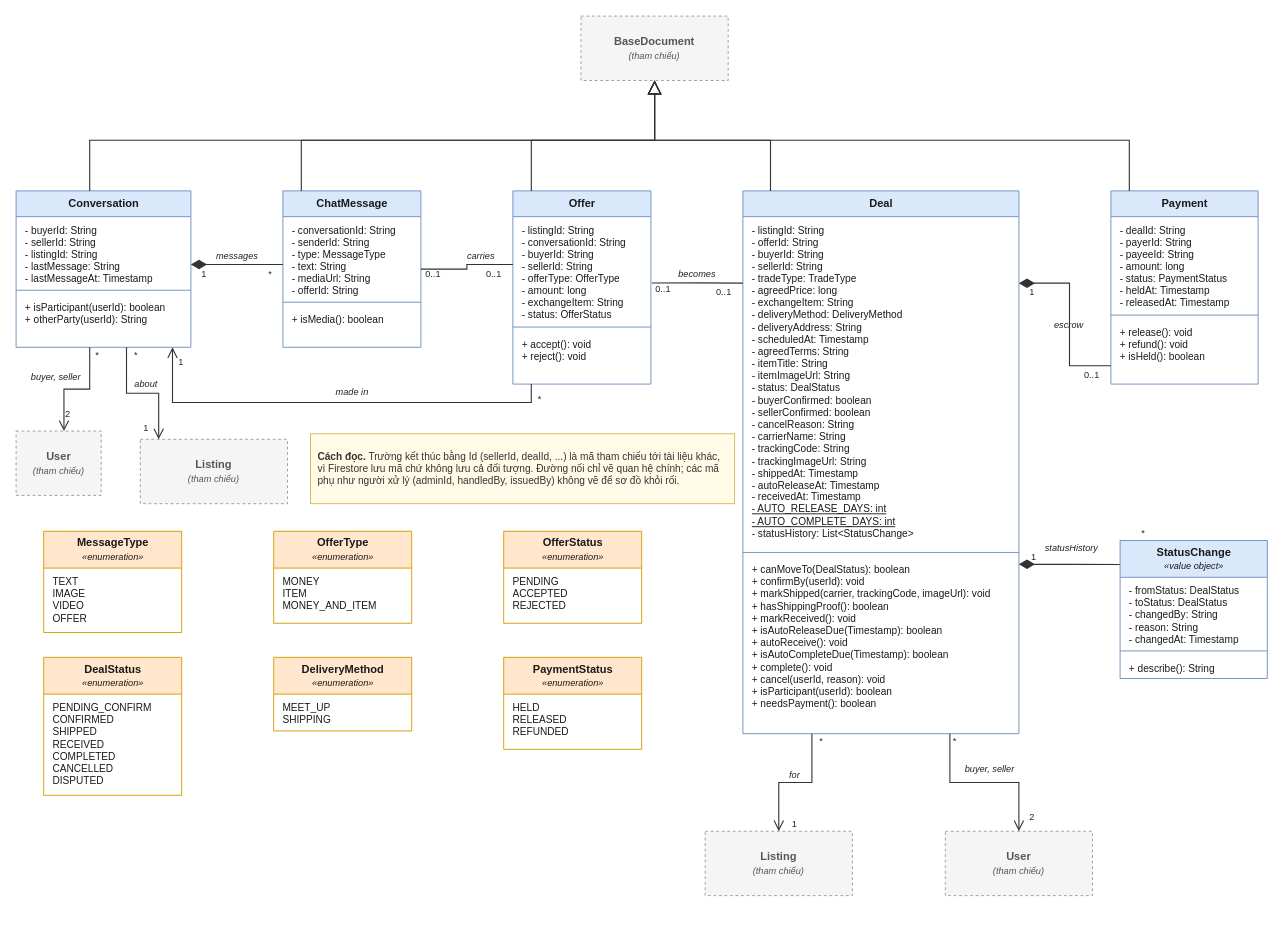
tahpnart8/NHOM3-MobileApp keeps this draw.io diagram as page "3. Trao đổi, giao dịch" (4 of 8) of workflow/docs/diagrams/so-do-lop/class-diagram.drawio. Above is the earlier version. Source tidied: cells renumbered, new cells numbered last; positions are measured from the earlier drawing's top-left corner, leaving out a move shared by most shapes. Both pictures are drawn from the tidied source at 92%, with x=0, y=0 at pixel (16, 16).
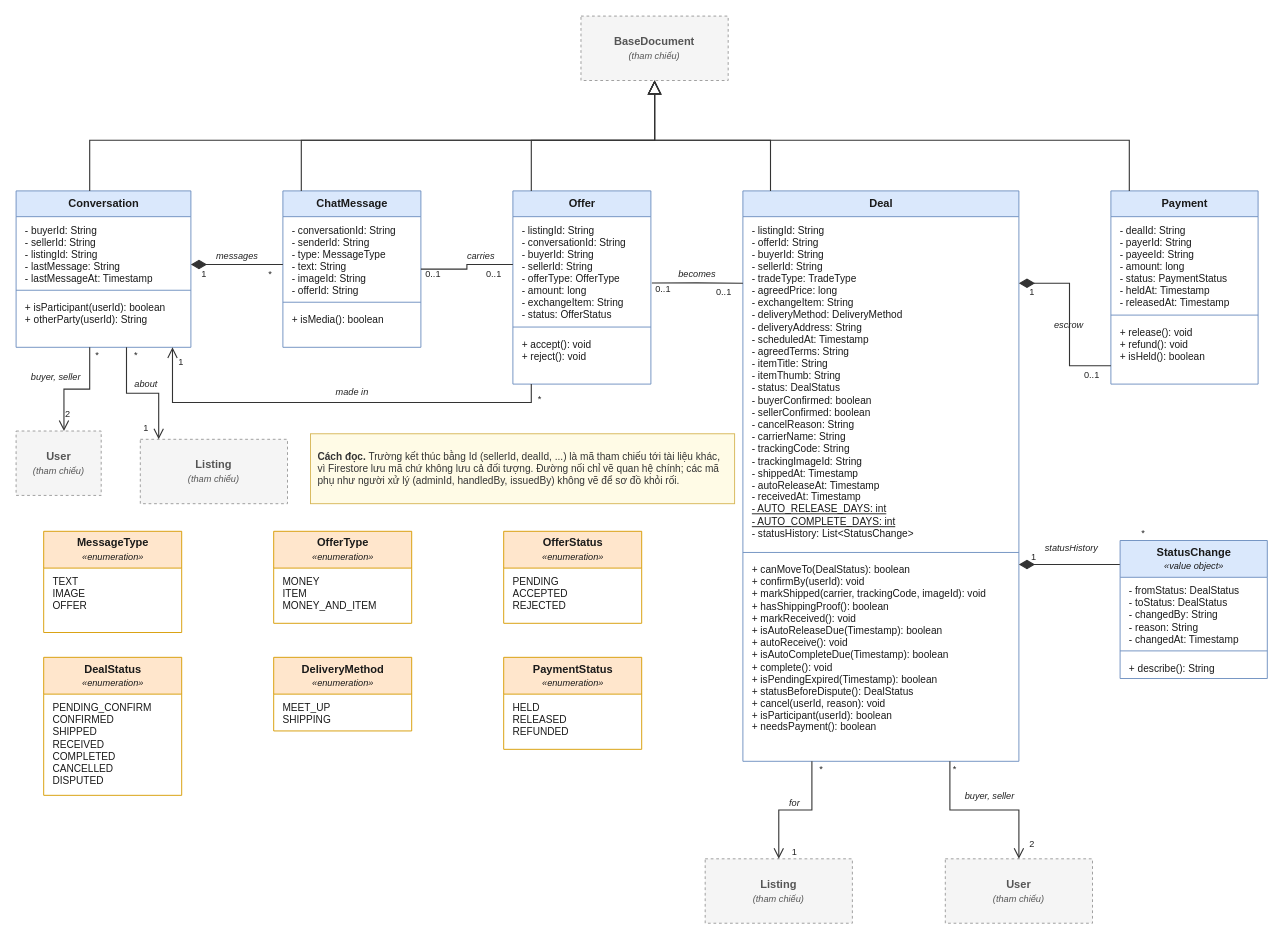
The same page after the edit.

Unchanged cells that the change refers to:
```xml
<mxCell id="3" value="&lt;b&gt;Conversation&lt;/b&gt;" style="swimlane;fontStyle=0;horizontal=1;startSize=28;fillColor=#DAE8FC;strokeColor=#6C8EBF;swimlaneFillColor=#FFFFFF;html=1;whiteSpace=nowrap;fontSize=12;fontFamily=Helvetica;fontColor=#1A1A1A;" parent="1" vertex="1">
  <mxGeometry y="190" width="190" height="170" as="geometry" />
</mxCell>
<mxCell id="7" value="&lt;b&gt;ChatMessage&lt;/b&gt;" style="swimlane;fontStyle=0;horizontal=1;startSize=28;fillColor=#DAE8FC;strokeColor=#6C8EBF;swimlaneFillColor=#FFFFFF;html=1;whiteSpace=nowrap;fontSize=12;fontFamily=Helvetica;fontColor=#1A1A1A;" parent="1" vertex="1">
  <mxGeometry x="290" y="190" width="150" height="170" as="geometry" />
</mxCell>
<mxCell id="12" value="- listingId: String&lt;br&gt;- conversationId: String&lt;br&gt;- buyerId: String&lt;br&gt;- sellerId: String&lt;br&gt;- offerType: OfferType&lt;br&gt;- amount: long&lt;br&gt;- exchangeItem: String&lt;br&gt;- status: OfferStatus" style="text;strokeColor=none;fillColor=none;align=left;verticalAlign=top;spacingLeft=8;spacingRight=4;spacingTop=2;overflow=hidden;html=1;whiteSpace=nowrap;fontSize=11;fontFamily=Helvetica;fontColor=#1A1A1A;" parent="11" vertex="1">
  <mxGeometry y="28" width="150" height="116" as="geometry" />
</mxCell>
<mxCell id="16" value="&lt;b&gt;Payment&lt;/b&gt;" style="swimlane;fontStyle=0;horizontal=1;startSize=28;fillColor=#DAE8FC;strokeColor=#6C8EBF;swimlaneFillColor=#FFFFFF;html=1;whiteSpace=nowrap;fontSize=12;fontFamily=Helvetica;fontColor=#1A1A1A;" parent="1" vertex="1">
  <mxGeometry x="1190" y="190" width="160" height="210" as="geometry" />
</mxCell>
<mxCell id="24" value="&lt;b&gt;StatusChange&lt;/b&gt;&lt;br&gt;&lt;i style=&quot;font-size:10px&quot;&gt;«value object»&lt;/i&gt;" style="swimlane;fontStyle=0;horizontal=1;startSize=40;fillColor=#DAE8FC;strokeColor=#6C8EBF;swimlaneFillColor=#FFFFFF;html=1;whiteSpace=nowrap;fontSize=12;fontFamily=Helvetica;fontColor=#1A1A1A;" parent="1" vertex="1">
  <mxGeometry x="1200" y="570" width="160" height="150" as="geometry" />
</mxCell>
<mxCell id="28" value="&lt;b&gt;MessageType&lt;/b&gt;&lt;br&gt;&lt;i style=&quot;font-size:10px&quot;&gt;«enumeration»&lt;/i&gt;" style="swimlane;fontStyle=0;horizontal=1;startSize=40;fillColor=#FFE6CC;strokeColor=#D79B00;swimlaneFillColor=#FFFFFF;html=1;whiteSpace=nowrap;fontSize=12;fontFamily=Helvetica;fontColor=#1A1A1A;" parent="1" vertex="1">
  <mxGeometry x="30" y="560" width="150" height="110" as="geometry" />
</mxCell>
<mxCell id="34" value="&lt;b&gt;DealStatus&lt;/b&gt;&lt;br&gt;&lt;i style=&quot;font-size:10px&quot;&gt;«enumeration»&lt;/i&gt;" style="swimlane;fontStyle=0;horizontal=1;startSize=40;fillColor=#FFE6CC;strokeColor=#D79B00;swimlaneFillColor=#FFFFFF;html=1;whiteSpace=nowrap;fontSize=12;fontFamily=Helvetica;fontColor=#1A1A1A;" parent="1" vertex="1">
  <mxGeometry x="30" y="697" width="150" height="150" as="geometry" />
</mxCell>
```

Change to the diagram source:
```diff
@@
-    <mxCell id="8" value="- conversationId: String&lt;br&gt;- senderId: String&lt;br&gt;- type: MessageType&lt;br&gt;- text: String&lt;br&gt;- mediaUrl: String&lt;br&gt;- offerId: String" style="text;strokeColor=none;fillColor=none;align=left;verticalAlign=top;spacingLeft=8;spacingRight=4;spacingTop=2;overflow=hidden;html=1;whiteSpace=nowrap;fontSize=11;fontFamily=Helvetica;fontColor=#1A1A1A;" parent="7" vertex="1">
-      <mxGeometry y="28" width="150" height="89" as="geometry" />
-    </mxCell>
-    <mxCell id="9" style="line;strokeWidth=1;fillColor=none;align=left;verticalAlign=middle;html=1;strokeColor=#6C8EBF;" parent="7" vertex="1">
-      <mxGeometry y="117" width="150" height="8" as="geometry" />
-    </mxCell>
-    <mxCell id="10" value="+ isMedia(): boolean" style="text;strokeColor=none;fillColor=none;align=left;verticalAlign=top;spacingLeft=8;spacingRight=4;spacingTop=2;overflow=hidden;html=1;whiteSpace=nowrap;fontSize=11;fontFamily=Helvetica;fontColor=#1A1A1A;" parent="7" vertex="1">
-      <mxGeometry y="125" width="150" height="21" as="geometry" />
-    </mxCell>
@@
     <mxCell id="15" value="&lt;b&gt;Deal&lt;/b&gt;" style="swimlane;fontStyle=0;horizontal=1;startSize=28;fillColor=#DAE8FC;strokeColor=#6C8EBF;swimlaneFillColor=#FFFFFF;html=1;whiteSpace=nowrap;fontSize=12;fontFamily=Helvetica;fontColor=#1A1A1A;" parent="1" vertex="1">
-      <mxGeometry x="790" y="190" width="300" height="590" as="geometry" />
+      <mxGeometry x="790" y="190" width="300" height="620" as="geometry" />
     </mxCell>
@@
     <mxCell id="22" value="&lt;b&gt;Listing&lt;/b&gt;&lt;br&gt;&lt;i style=&quot;font-size:10px&quot;&gt;(tham chiếu)&lt;/i&gt;" style="rounded=0;whiteSpace=wrap;html=1;fillColor=#F5F5F5;strokeColor=#999999;dashed=1;fontColor=#555555;fontSize=12;fontFamily=Helvetica;" parent="1" vertex="1">
-      <mxGeometry x="749" y="886" width="160" height="70" as="geometry" />
+      <mxGeometry x="749" y="916" width="160" height="70" as="geometry" />
     </mxCell>
     <mxCell id="23" value="&lt;b&gt;User&lt;/b&gt;&lt;br&gt;&lt;i style=&quot;font-size:10px&quot;&gt;(tham chiếu)&lt;/i&gt;" style="rounded=0;whiteSpace=wrap;html=1;fillColor=#F5F5F5;strokeColor=#999999;dashed=1;fontColor=#555555;fontSize=12;fontFamily=Helvetica;" parent="1" vertex="1">
-      <mxGeometry x="1010" y="886" width="160" height="70" as="geometry" />
+      <mxGeometry x="1010" y="916" width="160" height="70" as="geometry" />
     </mxCell>
@@
-    <mxCell id="29" value="TEXT&lt;br&gt;IMAGE&lt;br&gt;VIDEO&lt;br&gt;OFFER" style="text;strokeColor=none;fillColor=none;align=left;verticalAlign=top;spacingLeft=8;spacingRight=4;spacingTop=2;overflow=hidden;html=1;whiteSpace=nowrap;fontSize=11;fontFamily=Helvetica;fontColor=#1A1A1A;" parent="28" vertex="1">
-      <mxGeometry y="40" width="150" height="62" as="geometry" />
-    </mxCell>
@@
-    <mxCell id="45" style="html=1;rounded=0;edgeStyle=orthogonalEdgeStyle;jettySize=auto;exitX=1.0;exitY=0.4706;exitDx=0;exitDy=0;entryX=0.0;entryY=0.4706;entryDx=0;entryDy=0;strokeColor=#333333;strokeWidth=1.2;startArrow=diamondThin;startFill=1;startSize=14;endArrow=none;" parent="1" edge="1" source="3" target="7">
+    <mxCell id="45" style="html=1;rounded=0;edgeStyle=orthogonalEdgeStyle;jettySize=auto;exitX=1.0;exitY=0.4706;exitDx=0;exitDy=0;entryX=0.0;entryY=0.471;entryDx=0;entryDy=0;strokeColor=#333333;strokeWidth=1.2;startArrow=diamondThin;startFill=1;startSize=14;endArrow=none;" parent="1" edge="1" source="3" target="7">
       <mxGeometry relative="1" as="geometry" />
     </mxCell>
@@
-    <mxCell id="50" style="html=1;rounded=0;edgeStyle=orthogonalEdgeStyle;jettySize=auto;exitX=1.007;exitY=0.621;exitDx=0;exitDy=0;entryX=0.0;entryY=0.170;entryDx=0;entryDy=0;strokeColor=#333333;strokeWidth=1.2;endArrow=none;startArrow=none;exitPerimeter=0;" parent="1" edge="1" source="12" target="15">
+    <mxCell id="50" style="html=1;rounded=0;edgeStyle=orthogonalEdgeStyle;jettySize=auto;exitX=1.007;exitY=0.621;exitDx=0;exitDy=0;entryX=0.0;entryY=0.162;entryDx=0;entryDy=0;strokeColor=#333333;strokeWidth=1.2;endArrow=none;startArrow=none;exitPerimeter=0;" parent="1" edge="1" source="12" target="15">
       <mxGeometry relative="1" as="geometry" />
     </mxCell>
@@
-    <mxCell id="53" style="html=1;rounded=0;edgeStyle=orthogonalEdgeStyle;jettySize=auto;exitDx=0;exitDy=0;entryX=-0.002;entryY=0.174;entryDx=0;entryDy=0;strokeColor=#333333;strokeWidth=1.2;startArrow=diamondThin;startFill=1;startSize=14;endArrow=none;entryPerimeter=0;exitX=1.000;exitY=0.688;" parent="1" edge="1" source="15" target="24">
+    <mxCell id="53" style="html=1;rounded=0;edgeStyle=orthogonalEdgeStyle;jettySize=auto;exitDx=0;exitDy=0;entryX=-0.002;entryY=0.174;entryDx=0;entryDy=0;strokeColor=#333333;strokeWidth=1.2;startArrow=diamondThin;startFill=1;startSize=14;endArrow=none;entryPerimeter=0;exitX=1.000;exitY=0.655;" parent="1" edge="1" source="15" target="24">
       <mxGeometry relative="1" as="geometry" />
     </mxCell>
-    <mxCell id="54" style="html=1;rounded=0;edgeStyle=orthogonalEdgeStyle;jettySize=auto;exitX=1.0;exitY=0.170;exitDx=0;exitDy=0;entryX=0.0;entryY=0.9048;entryDx=0;entryDy=0;strokeColor=#333333;strokeWidth=1.2;startArrow=diamondThin;startFill=1;startSize=14;endArrow=none;" parent="1" edge="1" source="15" target="16">
+    <mxCell id="54" style="html=1;rounded=0;edgeStyle=orthogonalEdgeStyle;jettySize=auto;exitX=1.0;exitY=0.162;exitDx=0;exitDy=0;entryX=0.0;entryY=0.9048;entryDx=0;entryDy=0;strokeColor=#333333;strokeWidth=1.2;startArrow=diamondThin;startFill=1;startSize=14;endArrow=none;" parent="1" edge="1" source="15" target="16">
       <mxGeometry relative="1" as="geometry" />
     </mxCell>
@@
     <mxCell id="73" value="*" style="text;html=1;strokeColor=none;fillColor=none;align=center;verticalAlign=middle;whiteSpace=nowrap;fontSize=10;fontFamily=Helvetica;fontColor=#222222;" parent="1" vertex="1">
-      <mxGeometry x="870" y="780" width="10" height="16" as="geometry" />
+      <mxGeometry x="870" y="810" width="10" height="16" as="geometry" />
     </mxCell>
     <mxCell id="74" value="1" style="text;html=1;strokeColor=none;fillColor=none;align=center;verticalAlign=middle;whiteSpace=nowrap;fontSize=10;fontFamily=Helvetica;fontColor=#222222;" parent="1" vertex="1">
-      <mxGeometry x="840" y="870" width="12" height="16" as="geometry" />
+      <mxGeometry x="840" y="900" width="12" height="16" as="geometry" />
     </mxCell>
     <mxCell id="75" value="for" style="text;html=1;strokeColor=none;fillColor=none;align=center;verticalAlign=middle;whiteSpace=nowrap;fontSize=10;fontFamily=Helvetica;fontColor=#222222;fontStyle=2;" parent="1" vertex="1">
-      <mxGeometry x="837" y="817" width="18" height="16" as="geometry" />
+      <mxGeometry x="837" y="847" width="18" height="16" as="geometry" />
     </mxCell>
     <mxCell id="76" value="*" style="text;html=1;strokeColor=none;fillColor=none;align=center;verticalAlign=middle;whiteSpace=nowrap;fontSize=10;fontFamily=Helvetica;fontColor=#222222;" parent="1" vertex="1">
-      <mxGeometry x="1015" y="780" width="10" height="16" as="geometry" />
+      <mxGeometry x="1015" y="810" width="10" height="16" as="geometry" />
     </mxCell>
     <mxCell id="77" value="2" style="text;html=1;strokeColor=none;fillColor=none;align=center;verticalAlign=middle;whiteSpace=nowrap;fontSize=10;fontFamily=Helvetica;fontColor=#222222;" parent="1" vertex="1">
-      <mxGeometry x="1098" y="862" width="12" height="16" as="geometry" />
+      <mxGeometry x="1098" y="892" width="12" height="16" as="geometry" />
     </mxCell>
     <mxCell id="78" value="buyer, seller" style="text;html=1;strokeColor=none;fillColor=none;align=center;verticalAlign=middle;whiteSpace=nowrap;fontSize=10;fontFamily=Helvetica;fontColor=#222222;fontStyle=2;" parent="1" vertex="1">
-      <mxGeometry x="1025" y="810" width="65" height="16" as="geometry" />
+      <mxGeometry x="1025" y="840" width="65" height="16" as="geometry" />
     </mxCell>
@@
+    <mxCell id="88" value="PENDING_CONFIRM&lt;br&gt;CONFIRMED&lt;br&gt;SHIPPED&lt;br&gt;RECEIVED&lt;br&gt;COMPLETED&lt;br&gt;CANCELLED&lt;br&gt;DISPUTED" style="text;strokeColor=none;fillColor=none;align=left;verticalAlign=top;spacingLeft=8;spacingRight=4;spacingTop=2;overflow=hidden;html=1;whiteSpace=nowrap;fontSize=11;fontFamily=Helvetica;fontColor=#1A1A1A;" parent="34" vertex="1">
+      <mxGeometry y="40" width="150" height="103" as="geometry" />
+    </mxCell>
+    <mxCell id="89" value="- conversationId: String&lt;br&gt;- senderId: String&lt;br&gt;- type: MessageType&lt;br&gt;- text: String&lt;br&gt;- imageId: String&lt;br&gt;- offerId: String" style="text;strokeColor=none;fillColor=none;align=left;verticalAlign=top;spacingLeft=8;spacingRight=4;spacingTop=2;overflow=hidden;html=1;whiteSpace=nowrap;fontSize=11;fontFamily=Helvetica;fontColor=#1A1A1A;" parent="7" vertex="1">
+      <mxGeometry y="28" width="150" height="89" as="geometry" />
+    </mxCell>
+    <mxCell id="9" style="line;strokeWidth=1;fillColor=none;align=left;verticalAlign=middle;html=1;strokeColor=#6C8EBF;" parent="7" vertex="1">
+      <mxGeometry y="117" width="150" height="8" as="geometry" />
+    </mxCell>
+    <mxCell id="10" value="+ isMedia(): boolean" style="text;strokeColor=none;fillColor=none;align=left;verticalAlign=top;spacingLeft=8;spacingRight=4;spacingTop=2;overflow=hidden;html=1;whiteSpace=nowrap;fontSize=11;fontFamily=Helvetica;fontColor=#1A1A1A;" parent="7" vertex="1">
+      <mxGeometry y="125" width="150" height="21" as="geometry" />
+    </mxCell>
+    <mxCell id="90" value="TEXT&lt;br&gt;IMAGE&lt;br&gt;OFFER" style="text;strokeColor=none;fillColor=none;align=left;verticalAlign=top;spacingLeft=8;spacingRight=4;spacingTop=2;overflow=hidden;html=1;whiteSpace=nowrap;fontSize=11;fontFamily=Helvetica;fontColor=#1A1A1A;" parent="28" vertex="1">
+      <mxGeometry y="40" width="150" height="48" as="geometry" />
+    </mxCell>
-    <mxCell id="85" value="- listingId: String&lt;br&gt;- offerId: String&lt;br&gt;- buyerId: String&lt;br&gt;- sellerId: String&lt;br&gt;- tradeType: TradeType&lt;br&gt;- agreedPrice: long&lt;br&gt;- exchangeItem: String&lt;br&gt;- deliveryMethod: DeliveryMethod&lt;br&gt;- deliveryAddress: String&lt;br&gt;- scheduledAt: Timestamp&lt;br&gt;- agreedTerms: String&lt;br&gt;- itemTitle: String&lt;br&gt;- itemImageUrl: String&lt;br&gt;- status: DealStatus&lt;br&gt;- buyerConfirmed: boolean&lt;br&gt;- sellerConfirmed: boolean&lt;br&gt;- cancelReason: String&lt;br&gt;- carrierName: String&lt;br&gt;- trackingCode: String&lt;br&gt;- trackingImageUrl: String&lt;br&gt;- shippedAt: Timestamp&lt;br&gt;- autoReleaseAt: Timestamp&lt;br&gt;- receivedAt: Timestamp&lt;br&gt;&lt;u&gt;- AUTO_RELEASE_DAYS: int&lt;/u&gt;&lt;br&gt;&lt;u&gt;- AUTO_COMPLETE_DAYS: int&lt;/u&gt;&lt;br&gt;- statusHistory: List&amp;lt;StatusChange&amp;gt;" style="text;strokeColor=none;fillColor=none;align=left;verticalAlign=top;spacingLeft=8;spacingRight=4;spacingTop=2;overflow=hidden;html=1;whiteSpace=nowrap;fontSize=11;fontFamily=Helvetica;fontColor=#1A1A1A;" parent="15" vertex="1">
+    <mxCell id="85" value="- listingId: String&lt;br&gt;- offerId: String&lt;br&gt;- buyerId: String&lt;br&gt;- sellerId: String&lt;br&gt;- tradeType: TradeType&lt;br&gt;- agreedPrice: long&lt;br&gt;- exchangeItem: String&lt;br&gt;- deliveryMethod: DeliveryMethod&lt;br&gt;- deliveryAddress: String&lt;br&gt;- scheduledAt: Timestamp&lt;br&gt;- agreedTerms: String&lt;br&gt;- itemTitle: String&lt;br&gt;- itemThumb: String&lt;br&gt;- status: DealStatus&lt;br&gt;- buyerConfirmed: boolean&lt;br&gt;- sellerConfirmed: boolean&lt;br&gt;- cancelReason: String&lt;br&gt;- carrierName: String&lt;br&gt;- trackingCode: String&lt;br&gt;- trackingImageId: String&lt;br&gt;- shippedAt: Timestamp&lt;br&gt;- autoReleaseAt: Timestamp&lt;br&gt;- receivedAt: Timestamp&lt;br&gt;&lt;u&gt;- AUTO_RELEASE_DAYS: int&lt;/u&gt;&lt;br&gt;&lt;u&gt;- AUTO_COMPLETE_DAYS: int&lt;/u&gt;&lt;br&gt;- statusHistory: List&amp;lt;StatusChange&amp;gt;" style="text;strokeColor=none;fillColor=none;align=left;verticalAlign=top;spacingLeft=8;spacingRight=4;spacingTop=2;overflow=hidden;html=1;whiteSpace=nowrap;fontSize=11;fontFamily=Helvetica;fontColor=#1A1A1A;" parent="15" vertex="1">
       <mxGeometry y="28" width="300" height="361" as="geometry" />
     </mxCell>
@@
-    <mxCell id="87" value="+ canMoveTo(DealStatus): boolean&lt;br&gt;+ confirmBy(userId): void&lt;br&gt;+ markShipped(carrier, trackingCode, imageUrl): void&lt;br&gt;+ hasShippingProof(): boolean&lt;br&gt;+ markReceived(): void&lt;br&gt;+ isAutoReleaseDue(Timestamp): boolean&lt;br&gt;+ autoReceive(): void&lt;br&gt;+ isAutoCompleteDue(Timestamp): boolean&lt;br&gt;+ complete(): void&lt;br&gt;+ cancel(userId, reason): void&lt;br&gt;+ isParticipant(userId): boolean&lt;br&gt;+ needsPayment(): boolean" style="text;strokeColor=none;fillColor=none;align=left;verticalAlign=top;spacingLeft=8;spacingRight=4;spacingTop=2;overflow=hidden;html=1;whiteSpace=nowrap;fontSize=11;fontFamily=Helvetica;fontColor=#1A1A1A;" parent="15" vertex="1">
-      <mxGeometry y="397" width="300" height="171" as="geometry" />
+    <mxCell id="87" value="+ canMoveTo(DealStatus): boolean&lt;br&gt;+ confirmBy(userId): void&lt;br&gt;+ markShipped(carrier, trackingCode, imageId): void&lt;br&gt;+ hasShippingProof(): boolean&lt;br&gt;+ markReceived(): void&lt;br&gt;+ isAutoReleaseDue(Timestamp): boolean&lt;br&gt;+ autoReceive(): void&lt;br&gt;+ isAutoCompleteDue(Timestamp): boolean&lt;br&gt;+ complete(): void&lt;br&gt;+ isPendingExpired(Timestamp): boolean&lt;br&gt;+ statusBeforeDispute(): DealStatus&lt;br&gt;+ cancel(userId, reason): void&lt;br&gt;+ isParticipant(userId): boolean&lt;br&gt;+ needsPayment(): boolean" style="text;strokeColor=none;fillColor=none;align=left;verticalAlign=top;spacingLeft=8;spacingRight=4;spacingTop=2;overflow=hidden;html=1;whiteSpace=nowrap;fontSize=11;fontFamily=Helvetica;fontColor=#1A1A1A;" parent="15" vertex="1">
+      <mxGeometry y="397" width="300" height="198" as="geometry" />
     </mxCell>
-    <mxCell id="88" value="PENDING_CONFIRM&lt;br&gt;CONFIRMED&lt;br&gt;SHIPPED&lt;br&gt;RECEIVED&lt;br&gt;COMPLETED&lt;br&gt;CANCELLED&lt;br&gt;DISPUTED" style="text;strokeColor=none;fillColor=none;align=left;verticalAlign=top;spacingLeft=8;spacingRight=4;spacingTop=2;overflow=hidden;html=1;whiteSpace=nowrap;fontSize=11;fontFamily=Helvetica;fontColor=#1A1A1A;" parent="34" vertex="1">
-      <mxGeometry y="40" width="150" height="103" as="geometry" />
-    </mxCell>
```
